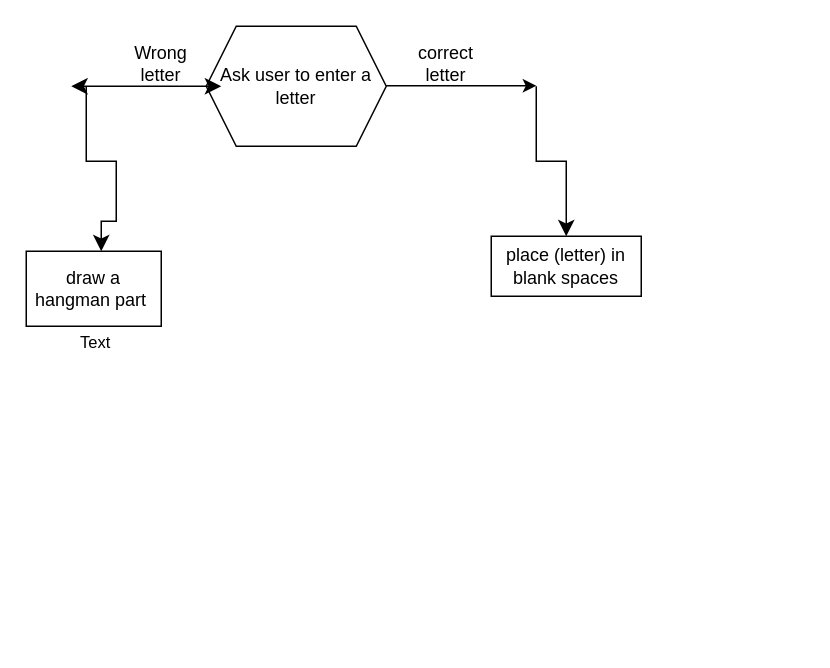
Earlier version of the draw.io diagram Untitled Diagram.drawio (Nuh00/firstgit). Source tidied: cells renumbered, new cells numbered last; positions are measured from the earlier drawing's top-left corner, leaving out a move shared by most shapes. Both pictures are drawn from the tidied source at 150%, with x=0, y=0 at pixel (26, 26).
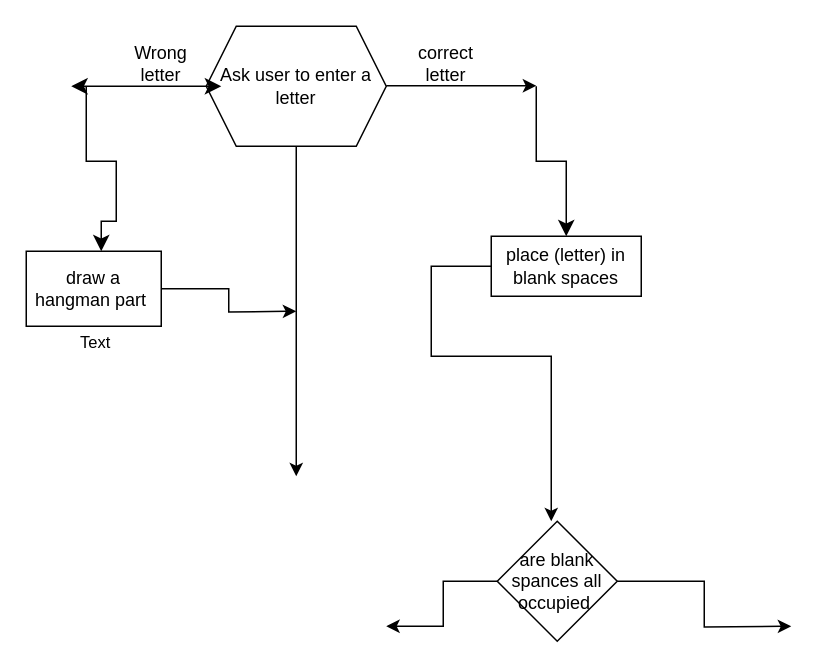
The same diagram, later.

Unchanged cells that the change refers to:
```xml
<mxCell id="2" value="Ask user to enter a letter" style="shape=hexagon;perimeter=hexagonPerimeter2;whiteSpace=wrap;html=1;fixedSize=1;" parent="1" vertex="1">
  <mxGeometry x="120" width="120" height="80" as="geometry" />
</mxCell>
<mxCell id="9" value="draw a hangman part&amp;nbsp;" style="rounded=0;whiteSpace=wrap;html=1;" parent="1" vertex="1">
  <mxGeometry y="150" width="90" height="50" as="geometry" />
</mxCell>
```

Diff of the diagram source:
```diff
@@
+    <mxCell id="12" style="edgeStyle=orthogonalEdgeStyle;rounded=0;jettySize=auto;html=1;" parent="1" edge="1" source="2">
+      <mxGeometry relative="1" as="geometry">
+        <mxPoint x="180" y="300" as="targetPoint" />
+      </mxGeometry>
+    </mxCell>
@@
+    <mxCell id="13" style="edgeStyle=orthogonalEdgeStyle;rounded=0;jettySize=auto;html=1;" parent="1" edge="1" source="9">
+      <mxGeometry relative="1" as="geometry">
+        <mxPoint x="180" y="190" as="targetPoint" />
+      </mxGeometry>
+    </mxCell>
@@
+    <mxCell id="14" style="edgeStyle=orthogonalEdgeStyle;rounded=0;orthogonalLoop=1;jettySize=auto;html=1;" parent="1" edge="1">
+      <mxGeometry relative="1" as="geometry">
+        <mxPoint x="330" y="160" as="sourcePoint" />
+        <mxPoint x="350" y="330" as="targetPoint" />
+        <Array as="points">
+          <mxPoint x="270" y="160" />
+          <mxPoint x="270" y="220" />
+          <mxPoint x="350" y="220" />
+        </Array>
+      </mxGeometry>
+    </mxCell>
@@
+    <mxCell id="15" style="edgeStyle=orthogonalEdgeStyle;rounded=0;jettySize=auto;html=1;" parent="1" edge="1" source="17">
+      <mxGeometry relative="1" as="geometry">
+        <mxPoint x="240" y="400" as="targetPoint" />
+        <Array as="points">
+          <mxPoint x="278" y="370" />
+          <mxPoint x="278" y="400" />
+        </Array>
+      </mxGeometry>
+    </mxCell>
+    <mxCell id="16" style="edgeStyle=orthogonalEdgeStyle;rounded=0;jettySize=auto;html=1;exitX=1;exitY=0.5;exitDx=0;exitDy=0;" parent="1" edge="1" source="17">
+      <mxGeometry relative="1" as="geometry">
+        <mxPoint x="510" y="400" as="targetPoint" />
+      </mxGeometry>
+    </mxCell>
+    <mxCell id="17" value="are blank spances all occupied&amp;nbsp;" style="rhombus;whiteSpace=wrap;html=1;" parent="1" vertex="1">
+      <mxGeometry x="314" y="330" width="80" height="80" as="geometry" />
+    </mxCell>
```
